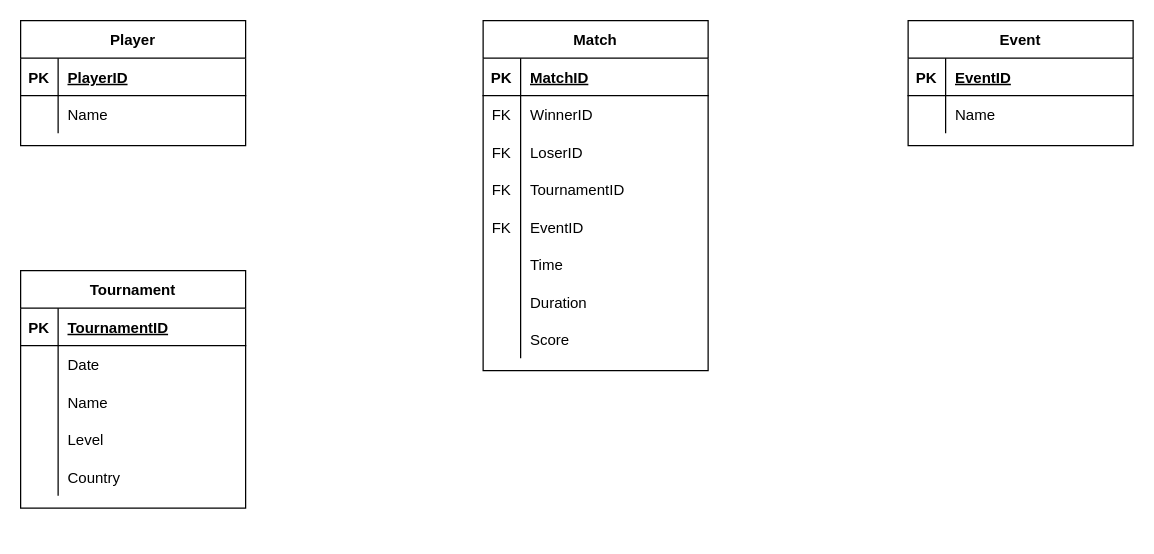
Before: bwfapi/web_scraper/db/bwf_schema.drawio in oscarlaaaa/badminton-api, a draw.io diagram. Source tidied: cells renumbered, new cells numbered last; positions are measured from the earlier drawing's top-left corner, leaving out a move shared by most shapes. Both pictures are drawn from the tidied source at 125%, with x=0, y=0 at pixel (20, 20).
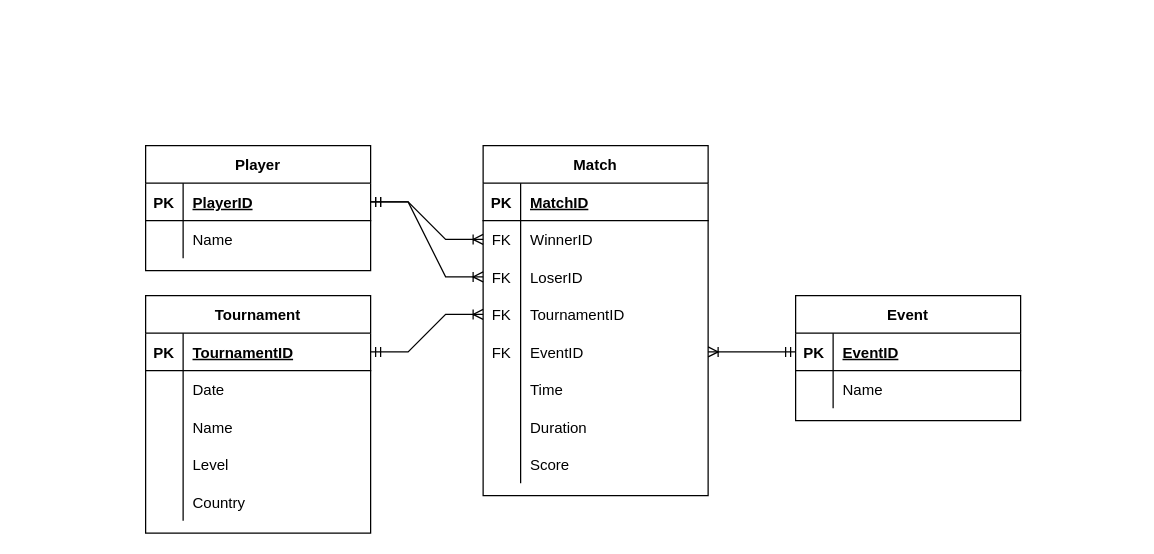
Above is the later version.

Unchanged cells that the change refers to:
```xml
<mxCell id="6" style="shape=partialRectangle;fillColor=none;top=0;left=0;bottom=0;right=0;points=[[0,0.5],[1,0.5]];portConstraint=eastwest;" parent="2" vertex="1">
  <mxGeometry y="60" width="180" height="30" as="geometry" />
</mxCell>
<mxCell id="9" style="shape=partialRectangle;fillColor=none;top=0;left=0;bottom=0;right=0;points=[[0,0.5],[1,0.5]];portConstraint=eastwest;" parent="2" vertex="1">
  <mxGeometry y="90" width="180" height="30" as="geometry" />
</mxCell>
<mxCell id="12" style="shape=partialRectangle;fillColor=none;top=0;left=0;bottom=0;right=0;points=[[0,0.5],[1,0.5]];portConstraint=eastwest;" parent="2" vertex="1">
  <mxGeometry y="120" width="180" height="30" as="geometry" />
</mxCell>
<mxCell id="15" style="shape=partialRectangle;fillColor=none;top=0;left=0;bottom=0;right=0;points=[[0,0.5],[1,0.5]];portConstraint=eastwest;" parent="2" vertex="1">
  <mxGeometry y="150" width="180" height="30" as="geometry" />
</mxCell>
<mxCell id="28" style="shape=partialRectangle;fillColor=none;top=0;left=0;bottom=1;right=0;points=[[0,0.5],[1,0.5]];portConstraint=eastwest;" parent="27" vertex="1">
  <mxGeometry y="30" width="180" height="30" as="geometry" />
</mxCell>
<mxCell id="44" style="shape=partialRectangle;fillColor=none;top=0;left=0;bottom=1;right=0;points=[[0,0.5],[1,0.5]];portConstraint=eastwest;" parent="43" vertex="1">
  <mxGeometry y="30" width="180" height="30" as="geometry" />
</mxCell>
<mxCell id="51" style="shape=partialRectangle;fillColor=none;top=0;left=0;bottom=1;right=0;points=[[0,0.5],[1,0.5]];portConstraint=eastwest;" parent="50" vertex="1">
  <mxGeometry y="30" width="180" height="30" as="geometry" />
</mxCell>
```

Diff of the diagram source:
```diff
@@
     <mxCell id="2" value="Match" style="shape=table;startSize=30;childLayout=tableLayout;rowLines=0;fontStyle=1;align=center;" parent="1" vertex="1">
-      <mxGeometry x="370" width="180" height="280" as="geometry" />
+      <mxGeometry x="370" y="100" width="180" height="280" as="geometry" />
     </mxCell>
@@
     <mxCell id="27" value="Tournament" style="shape=table;startSize=30;childLayout=tableLayout;rowLines=0;fontStyle=1;align=center;" parent="1" vertex="1">
-      <mxGeometry y="200" width="180" height="190" as="geometry" />
+      <mxGeometry x="100" y="220" width="180" height="190" as="geometry" />
     </mxCell>
@@
     <mxCell id="43" value="Player" style="shape=table;startSize=30;childLayout=tableLayout;rowLines=0;fontStyle=1;align=center;" parent="1" vertex="1">
-      <mxGeometry width="180" height="100" as="geometry" />
+      <mxGeometry x="100" y="100" width="180" height="100" as="geometry" />
     </mxCell>
@@
     <mxCell id="50" value="Event" style="shape=table;startSize=30;childLayout=tableLayout;rowLines=0;fontStyle=1;align=center;" parent="1" vertex="1">
-      <mxGeometry x="710" width="180" height="100" as="geometry" />
+      <mxGeometry x="620" y="220" width="180" height="100" as="geometry" />
     </mxCell>
@@
+    <mxCell id="57" style="edgeStyle=entityRelationEdgeStyle;fontSize=12;html=1;endArrow=ERoneToMany;startArrow=ERmandOne;rounded=0;exitX=1;exitY=0.5;exitDx=0;exitDy=0;entryX=0;entryY=0.5;entryDx=0;entryDy=0;" parent="1" edge="1" source="28" target="12">
+      <mxGeometry relative="1" as="geometry" />
+    </mxCell>
+    <mxCell id="58" style="edgeStyle=entityRelationEdgeStyle;fontSize=12;html=1;endArrow=ERoneToMany;startArrow=ERmandOne;rounded=0;entryX=0;entryY=0.5;entryDx=0;entryDy=0;" parent="1" edge="1" source="44" target="6">
+      <mxGeometry relative="1" as="geometry" />
+    </mxCell>
+    <mxCell id="59" style="edgeStyle=entityRelationEdgeStyle;fontSize=12;html=1;endArrow=ERoneToMany;startArrow=ERmandOne;rounded=0;entryX=0;entryY=0.5;entryDx=0;entryDy=0;" parent="1" edge="1" source="44" target="9">
+      <mxGeometry relative="1" as="geometry" />
+    </mxCell>
+    <mxCell id="60" style="edgeStyle=entityRelationEdgeStyle;fontSize=12;html=1;endArrow=ERoneToMany;startArrow=ERmandOne;rounded=0;exitX=0;exitY=0.5;exitDx=0;exitDy=0;" parent="1" edge="1" source="51" target="15">
+      <mxGeometry relative="1" as="geometry" />
+    </mxCell>
```
